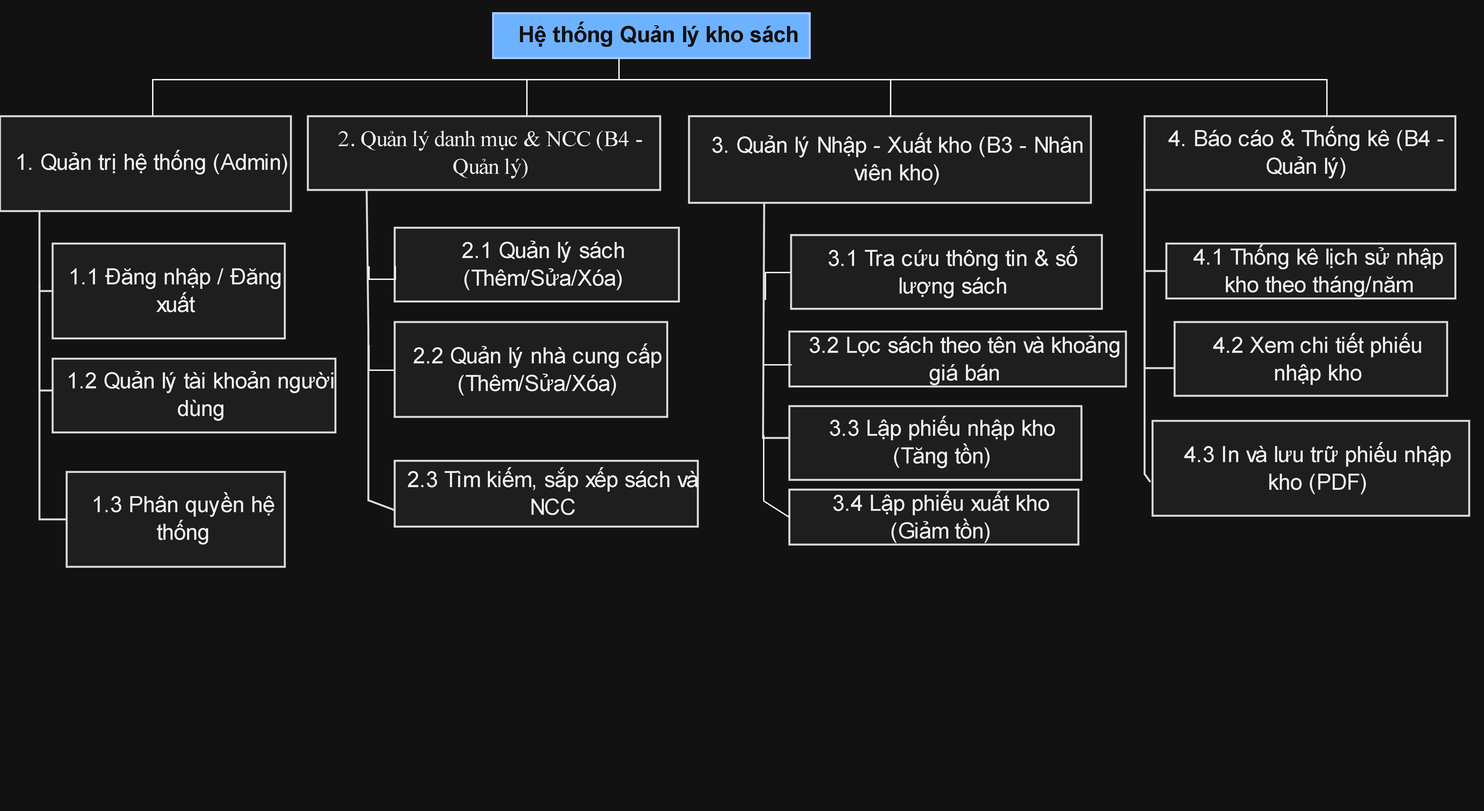
Before: file tổng hợp cho báo cáo/Báo cáo HTTT/BFD.drawio.png, a diagram exported from draw.io (nguyenmintam23-z/HTTT). Source tidied: cells renumbered, new cells last; positions are measured from the earlier drawing's top-left corner, leaving out a move shared by most shapes. Its diagram source:
```xml
<mxGraphModel>
  <root>
    <mxCell id="0" />
    <mxCell id="1" parent="0" />
    <mxCell id="2" style="group;transparentBounds=1;editIcon=1;lockedGroup=0;groupPadding=10 10 185 0;" parent="1" vertex="1">
      <mxGeometry as="geometry" />
    </mxCell>
    <mxCell id="3" style="endArrow=none;startArrow=none;rounded=0;curved=0;strokeColor=#181818;strokeWidth=1.5;endSize=6;fontSize=17;sourcePerimeterSpacing=0;targetPerimeterSpacing=0;align=center;" parent="2" edge="1" target="11">
      <mxGeometry relative="1" as="geometry">
        <mxPoint x="200" y="235.4" as="sourcePoint" />
        <Array as="points">
          <mxPoint x="200" y="241" />
        </Array>
      </mxGeometry>
    </mxCell>
    <mxCell id="4" style="endArrow=none;startArrow=none;rounded=0;curved=0;strokeColor=#181818;strokeWidth=1.5;endSize=6;fontSize=17;sourcePerimeterSpacing=0;targetPerimeterSpacing=0;align=center;" parent="2" edge="1">
      <mxGeometry relative="1" as="geometry">
        <mxPoint x="200" y="235.4" as="sourcePoint" />
        <mxPoint x="210" y="316.6" as="targetPoint" />
        <Array as="points">
          <mxPoint x="200" y="316.6" />
        </Array>
      </mxGeometry>
    </mxCell>
    <mxCell id="5" style="endArrow=none;startArrow=none;rounded=0;curved=0;strokeColor=#181818;strokeWidth=1.5;endSize=6;fontSize=17;sourcePerimeterSpacing=0;targetPerimeterSpacing=0;align=center;entryX=0;entryY=0.5;entryDx=0;entryDy=0;" parent="2" edge="1" target="13">
      <mxGeometry x="-0.18" relative="1" as="geometry">
        <mxPoint x="200" y="180" as="sourcePoint" />
        <Array as="points">
          <mxPoint x="200" y="414.5" />
        </Array>
      </mxGeometry>
    </mxCell>
    <mxCell id="6" style="endArrow=none;startArrow=none;rounded=0;curved=0;strokeColor=#181818;strokeWidth=1.5;endSize=6;fontSize=17;sourcePerimeterSpacing=0;targetPerimeterSpacing=0;align=center;entryX=0;entryY=0.5;entryDx=0;entryDy=0;" parent="2" edge="1" target="24">
      <mxGeometry x="-0.22" relative="1" as="geometry">
        <mxPoint x="1040" y="130" as="sourcePoint" />
        <Array as="points">
          <mxPoint x="1040" y="225.9" />
        </Array>
      </mxGeometry>
    </mxCell>
    <mxCell id="7" style="endArrow=none;startArrow=none;rounded=0;curved=0;strokeColor=#181818;strokeWidth=1.5;endSize=6;fontSize=17;sourcePerimeterSpacing=0;targetPerimeterSpacing=0;align=center;entryX=0;entryY=0.625;entryDx=0;entryDy=0;entryPerimeter=0;" parent="2" edge="1" target="25">
      <mxGeometry x="-0.18" relative="1" as="geometry">
        <mxPoint x="1040" y="143.7" as="sourcePoint" />
        <Array as="points">
          <mxPoint x="1040" y="299.6" />
        </Array>
      </mxGeometry>
    </mxCell>
    <mxCell id="8" style="endArrow=none;startArrow=none;rounded=0;curved=0;strokeColor=#181818;strokeWidth=1.5;endSize=6;fontSize=17;sourcePerimeterSpacing=0;targetPerimeterSpacing=0;align=center;entryX=-0.007;entryY=0.644;entryDx=0;entryDy=0;entryPerimeter=0;" parent="2" edge="1" target="26">
      <mxGeometry x="-0.16" relative="1" as="geometry">
        <mxPoint x="1040" y="142.4" as="sourcePoint" />
        <Array as="points">
          <mxPoint x="1040" y="380" />
        </Array>
      </mxGeometry>
    </mxCell>
    <mxCell id="9" style="edgeStyle=orthogonalEdgeStyle;rounded=0;jettySize=auto;html=1;defaultLabelBackgroundColor=page;labelPadding=0 4;startArrow=none;startFill=0;endArrow=none;endFill=0;fontSize=17;align=center;" parent="2" edge="1" source="10">
      <mxGeometry relative="1" as="geometry">
        <mxPoint x="570" y="80" as="targetPoint" />
        <Array as="points">
          <mxPoint x="285.6" y="80" />
        </Array>
      </mxGeometry>
    </mxCell>
    <mxCell id="10" value="1. Quản trị hệ thống (Admin)" style="rounded=0;fillColor=#F1F1F1;strokeColor=#181818;strokeWidth=1.5;whiteSpace=wrap;fontColor=#000000;fontSize=17;align=center;verticalAlign=middle;spacing=0;spacingTop=10;spacingBottom=10;spacingLeft=10;" parent="2" vertex="1">
      <mxGeometry x="170" y="108.3" width="221.1" height="72.1" as="geometry" />
    </mxCell>
    <mxCell id="11" value="1.1 Đăng nhập / Đăng xuất" style="rounded=0;fillColor=#F1F1F1;strokeColor=#181818;strokeWidth=1.5;whiteSpace=wrap;fontColor=#000000;fontSize=17;align=center;verticalAlign=middle;spacing=0;spacingTop=10;spacingBottom=10;spacingLeft=10;" parent="2" vertex="1">
      <mxGeometry x="210" y="205" width="176.5" height="72.1" as="geometry" />
    </mxCell>
    <mxCell id="12" value="1.2 Quản lý tài khoản người dùng" style="rounded=0;fillColor=#F1F1F1;strokeColor=#181818;strokeWidth=1.5;whiteSpace=wrap;fontColor=#000000;fontSize=17;align=center;verticalAlign=middle;spacing=0;spacingTop=10;spacingBottom=10;spacingLeft=10;" parent="2" vertex="1">
      <mxGeometry x="210" y="292.4" width="215" height="56" as="geometry" />
    </mxCell>
    <mxCell id="13" value="1.3 Phân quyền hệ thống" style="rounded=0;fillColor=#F1F1F1;strokeColor=#181818;strokeWidth=1.5;whiteSpace=wrap;fontColor=#000000;fontSize=17;align=center;verticalAlign=middle;spacing=0;spacingTop=10;spacingBottom=10;spacingLeft=10;" parent="2" vertex="1">
      <mxGeometry x="220.7" y="378.5" width="165.8" height="72.1" as="geometry" />
    </mxCell>
    <mxCell id="14" style="edgeStyle=orthogonalEdgeStyle;rounded=0;jettySize=auto;html=1;defaultLabelBackgroundColor=page;labelPadding=0 4;endArrow=none;endFill=0;fontSize=17;align=center;" parent="2" edge="1" source="15">
      <mxGeometry x="-0.3" relative="1" as="geometry">
        <mxPoint x="650" y="80" as="targetPoint" />
        <Array as="points">
          <mxPoint x="570" y="80" />
        </Array>
      </mxGeometry>
    </mxCell>
    <mxCell id="15" value="2. Quản lý danh mục &amp; NCC (B4 - Quản lý)" style="rounded=0;fillColor=#F1F1F1;strokeColor=#181818;strokeWidth=1.5;whiteSpace=wrap;fontColor=#000000;fontSize=17;align=center;verticalAlign=middle;spacing=0;spacingTop=10;spacingBottom=10;spacingLeft=10;fontFamily=Times New Roman;" parent="2" vertex="1">
      <mxGeometry x="404" y="108.3" width="267.8" height="56" as="geometry" />
    </mxCell>
    <mxCell id="16" value="3. Quản lý Nhập - Xuất kho (B3 - Nhân viên kho)" style="rounded=0;fillColor=#F1F1F1;strokeColor=#181818;strokeWidth=1.5;whiteSpace=wrap;fontColor=#000000;fontSize=17;align=center;verticalAlign=middle;spacing=0;spacingTop=10;spacingBottom=10;spacingLeft=10;" parent="2" vertex="1">
      <mxGeometry x="693.7" y="108.3" width="305.5" height="65.8" as="geometry" />
    </mxCell>
    <mxCell id="17" style="edgeStyle=orthogonalEdgeStyle;rounded=0;jettySize=auto;html=1;defaultLabelBackgroundColor=page;labelPadding=0 4;endArrow=none;endFill=0;fontSize=17;align=center;" parent="2" edge="1" source="18">
      <mxGeometry relative="1" as="geometry">
        <mxPoint x="750" y="247.3" as="targetPoint" />
      </mxGeometry>
    </mxCell>
    <mxCell id="18" value="3.1 Tra cứu thông tin &amp; số lượng sách" style="rounded=0;fillColor=#F1F1F1;strokeColor=#181818;strokeWidth=1.5;whiteSpace=wrap;fontColor=#000000;fontSize=17;align=center;verticalAlign=middle;spacing=0;spacingTop=10;spacingBottom=10;spacingLeft=10;" parent="2" vertex="1">
      <mxGeometry x="771.3" y="198.5" width="236.2" height="56" as="geometry" />
    </mxCell>
    <mxCell id="19" value="3.2 Lọc sách theo tên và khoảng giá bán" style="rounded=0;fillColor=#F1F1F1;strokeColor=#181818;strokeWidth=1.5;whiteSpace=wrap;fontColor=#000000;fontSize=17;align=center;verticalAlign=middle;spacing=0;spacingTop=10;spacingBottom=10;spacingLeft=10;" parent="2" vertex="1">
      <mxGeometry x="770" y="271.8" width="255.9" height="41.7" as="geometry" />
    </mxCell>
    <mxCell id="20" value="3.3 Lập phiếu nhập kho (Tăng tồn)" style="rounded=0;fillColor=#F1F1F1;strokeColor=#181818;strokeWidth=1.5;whiteSpace=wrap;fontColor=#000000;fontSize=17;align=center;verticalAlign=middle;spacing=0;spacingTop=10;spacingBottom=10;spacingLeft=10;" parent="2" vertex="1">
      <mxGeometry x="770" y="328.5" width="222" height="56" as="geometry" />
    </mxCell>
    <mxCell id="21" value="3.4 Lập phiếu xuất kho (Giảm tồn)" style="rounded=0;fillColor=#F1F1F1;strokeColor=#181818;strokeWidth=1.5;whiteSpace=wrap;fontColor=#000000;fontSize=17;align=center;verticalAlign=middle;spacing=0;spacingTop=10;spacingBottom=10;spacingLeft=10;" parent="2" vertex="1">
      <mxGeometry x="770" y="391.9" width="219.7" height="41.7" as="geometry" />
    </mxCell>
    <mxCell id="22" style="edgeStyle=orthogonalEdgeStyle;rounded=0;jettySize=auto;html=1;defaultLabelBackgroundColor=page;labelPadding=0 4;endArrow=none;endFill=0;fontSize=17;" parent="2" edge="1" source="23">
      <mxGeometry x="-0.03" relative="1" as="geometry">
        <mxPoint x="840" y="80" as="targetPoint" />
        <Array as="points">
          <mxPoint x="1178.1" y="80" />
        </Array>
      </mxGeometry>
    </mxCell>
    <mxCell id="23" value="4. Báo cáo &amp; Thống kê (B4 - Quản lý)" style="rounded=0;fillColor=#F1F1F1;strokeColor=#181818;strokeWidth=1.5;whiteSpace=wrap;fontColor=#000000;fontSize=17;align=center;verticalAlign=middle;spacing=0;spacingTop=10;spacingBottom=10;spacingLeft=10;" parent="2" vertex="1">
      <mxGeometry x="1040" y="108.3" width="236.2" height="56" as="geometry" />
    </mxCell>
    <mxCell id="24" value="4.1 Thống kê lịch sử nhập kho theo tháng/năm" style="rounded=0;fillColor=#F1F1F1;strokeColor=#181818;strokeWidth=1.5;whiteSpace=wrap;fontColor=#000000;fontSize=17;align=center;verticalAlign=middle;spacing=0;spacingTop=10;spacingBottom=10;spacingLeft=10;" parent="2" vertex="1">
      <mxGeometry x="1056.6" y="205" width="219.7" height="41.7" as="geometry" />
    </mxCell>
    <mxCell id="25" value="4.2 Xem chi tiết phiếu nhập kho" style="rounded=0;fillColor=#F1F1F1;strokeColor=#181818;strokeWidth=1.5;whiteSpace=wrap;fontColor=#000000;fontSize=17;align=center;verticalAlign=middle;spacing=0;spacingTop=10;spacingBottom=10;spacingLeft=10;" parent="2" vertex="1">
      <mxGeometry x="1062.8" y="264.6" width="207.2" height="56" as="geometry" />
    </mxCell>
    <mxCell id="26" value="4.3 In và lưu trữ phiếu nhập kho (PDF)" style="rounded=0;fillColor=#F1F1F1;strokeColor=#181818;strokeWidth=1.5;whiteSpace=wrap;fontColor=#000000;fontSize=17;align=center;verticalAlign=middle;spacing=0;spacingTop=10;spacingBottom=10;spacingLeft=10;" parent="2" vertex="1">
      <mxGeometry x="1046.1" y="339.7" width="240.7" height="72.1" as="geometry" />
    </mxCell>
    <mxCell id="27" style="edgeStyle=orthogonalEdgeStyle;rounded=0;jettySize=auto;html=1;entryX=0.5;entryY=0;entryDx=0;entryDy=0;defaultLabelBackgroundColor=page;labelPadding=0 4;endArrow=none;endFill=0;fontSize=17;align=center;" parent="2" edge="1" source="28" target="16">
      <mxGeometry relative="1" as="geometry">
        <Array as="points">
          <mxPoint x="640" y="80" />
          <mxPoint x="846.5" y="80" />
        </Array>
      </mxGeometry>
    </mxCell>
    <mxCell id="28" value="Hệ thống Quản lý kho sách" style="rounded=0;fillColor=#0050ef;strokeColor=#001DBC;strokeWidth=1.5;whiteSpace=wrap;fontColor=#ffffff;fontSize=17;align=center;verticalAlign=middle;spacing=0;spacingTop=10;spacingBottom=10;spacingLeft=10;fontStyle=1;" parent="2" vertex="1">
      <mxGeometry x="544.8" y="30" width="240.7" height="34.1" as="geometry" />
    </mxCell>
    <mxCell id="29" style="endArrow=none;startArrow=none;rounded=0;curved=0;strokeColor=#181818;strokeWidth=1.5;endSize=6;fontSize=17;sourcePerimeterSpacing=0;targetPerimeterSpacing=0;align=center;exitX=0.187;exitY=1.007;exitDx=0;exitDy=0;exitPerimeter=0;" parent="2" edge="1" source="16">
      <mxGeometry x="-0.29" relative="1" as="geometry">
        <mxPoint x="770" y="352.7" as="targetPoint" />
        <Array as="points">
          <mxPoint x="750" y="352.7" />
        </Array>
      </mxGeometry>
    </mxCell>
    <mxCell id="30" style="edgeStyle=orthogonalEdgeStyle;rounded=0;orthogonalLoop=1;jettySize=auto;html=1;defaultLabelBackgroundColor=page;labelPadding=0 4;endArrow=none;endFill=0;fontSize=17;align=center;" parent="2" edge="1">
      <mxGeometry relative="1" as="geometry">
        <mxPoint x="771.3" y="296.6" as="sourcePoint" />
        <mxPoint x="750.3" y="296.4" as="targetPoint" />
      </mxGeometry>
    </mxCell>
    <mxCell id="31" value="2.1 Quản lý sách (Thêm/Sửa/Xóa)" style="rounded=0;fillColor=#F1F1F1;strokeColor=#181818;strokeWidth=1.5;whiteSpace=wrap;fontColor=#000000;fontSize=17;align=center;verticalAlign=middle;spacing=0;spacingTop=10;spacingBottom=10;spacingLeft=10;" parent="2" vertex="1">
      <mxGeometry x="470" y="193" width="216" height="56" as="geometry" />
    </mxCell>
    <mxCell id="32" style="edgeStyle=orthogonalEdgeStyle;rounded=0;jettySize=auto;html=1;defaultLabelBackgroundColor=page;labelPadding=0 4;startArrow=none;startFill=0;endArrow=none;endFill=0;fontSize=17;align=center;" parent="2" edge="1" source="33">
      <mxGeometry relative="1" as="geometry">
        <mxPoint x="450" y="281.7" as="targetPoint" />
      </mxGeometry>
    </mxCell>
    <mxCell id="33" value="2.2 Quản lý nhà cung cấp (Thêm/Sửa/Xóa)" style="rounded=0;fillColor=#F1F1F1;strokeColor=#181818;strokeWidth=1.5;whiteSpace=wrap;fontColor=#000000;fontSize=17;align=center;verticalAlign=middle;spacing=0;spacingTop=10;spacingBottom=10;spacingLeft=10;" parent="2" vertex="1">
      <mxGeometry x="470" y="264.6" width="207.2" height="72.1" as="geometry" />
    </mxCell>
    <mxCell id="34" value="2.3 Tìm kiếm, sắp xếp sách và NCC" style="rounded=0;fillColor=#F1F1F1;strokeColor=#181818;strokeWidth=1.5;whiteSpace=wrap;fontColor=#000000;fontSize=17;align=center;verticalAlign=middle;spacing=0;spacingTop=10;spacingBottom=10;spacingLeft=10;" parent="2" vertex="1">
      <mxGeometry x="470" y="370" width="230.4" height="50" as="geometry" />
    </mxCell>
    <mxCell id="35" style="endArrow=none;startArrow=none;rounded=0;curved=0;strokeColor=#181818;strokeWidth=1.5;endSize=6;fontSize=17;sourcePerimeterSpacing=0;targetPerimeterSpacing=0;align=center;exitX=0.167;exitY=1.004;exitDx=0;exitDy=0;exitPerimeter=0;entryX=0;entryY=0.75;entryDx=0;entryDy=0;" parent="2" edge="1" source="15" target="34">
      <mxGeometry x="-0.47" relative="1" as="geometry">
        <Array as="points">
          <mxPoint x="450" y="271.6" />
          <mxPoint x="450" y="400" />
        </Array>
      </mxGeometry>
    </mxCell>
    <mxCell id="36" style="edgeStyle=orthogonalEdgeStyle;rounded=0;orthogonalLoop=1;jettySize=auto;html=1;defaultLabelBackgroundColor=page;labelPadding=0 4;startArrow=none;startFill=0;endArrow=none;endFill=0;fontSize=17;align=center;" parent="2" edge="1">
      <mxGeometry relative="1" as="geometry">
        <mxPoint x="470" y="221.6" as="sourcePoint" />
        <mxPoint x="450" y="221.7" as="targetPoint" />
        <Array as="points">
          <mxPoint x="470" y="231.6" />
          <mxPoint x="450" y="231.6" />
        </Array>
      </mxGeometry>
    </mxCell>
    <mxCell id="37" style="endArrow=none;html=1;rounded=0;defaultLabelBackgroundColor=page;labelPadding=0 4;fontSize=17;" parent="1" edge="1">
      <mxGeometry relative="1" as="geometry">
        <mxPoint x="750" y="400" as="sourcePoint" />
        <mxPoint x="750" y="350" as="targetPoint" />
      </mxGeometry>
    </mxCell>
    <mxCell id="38" style="endArrow=none;html=1;rounded=0;defaultLabelBackgroundColor=page;labelPadding=0 4;entryX=0;entryY=0.5;entryDx=0;entryDy=0;fontSize=17;" parent="1" edge="1" target="21">
      <mxGeometry relative="1" as="geometry">
        <mxPoint x="750" y="400" as="sourcePoint" />
      </mxGeometry>
    </mxCell>
  </root>
</mxGraphModel>
```
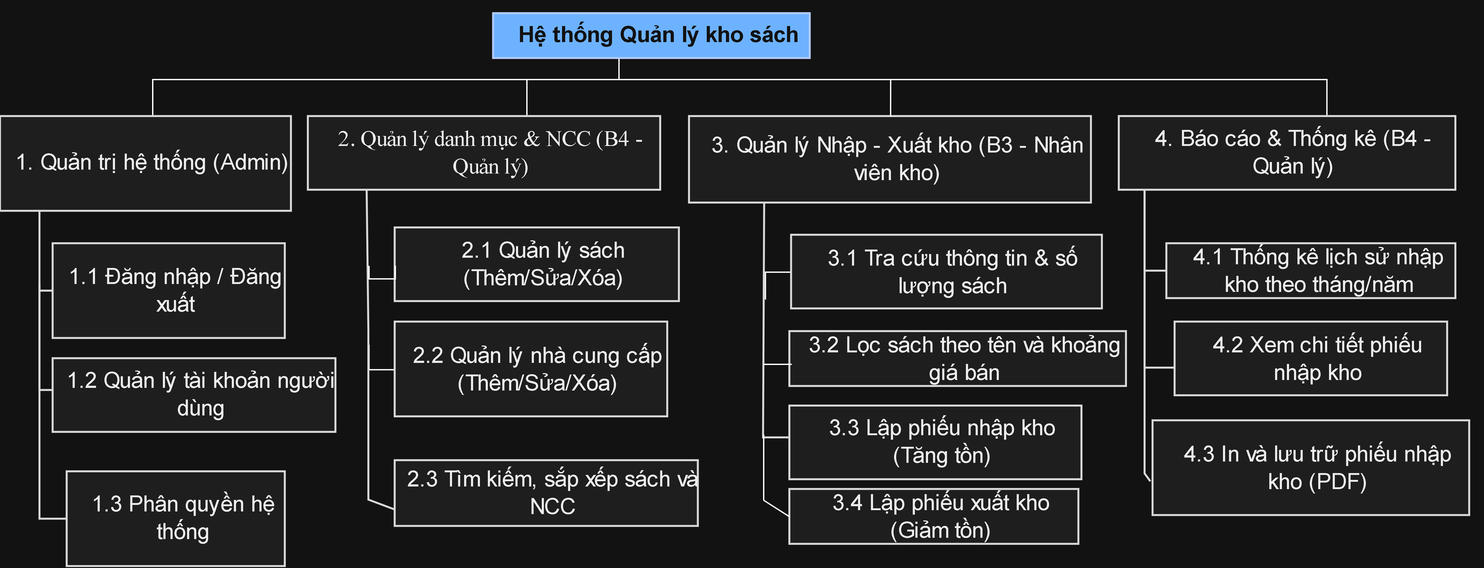
After the commit.

Change to the diagram source:
```diff
@@ -2,7 +2,7 @@
   <root>
     <mxCell id="0" />
     <mxCell id="1" parent="0" />
-    <mxCell id="2" style="group;transparentBounds=1;editIcon=1;lockedGroup=0;groupPadding=10 10 185 0;" parent="1" vertex="1">
+    <mxCell id="2" style="group;transparentBounds=1;editIcon=1;lockedGroup=0;groupPadding=10 10 0 0;" parent="1" vertex="1">
       <mxGeometry as="geometry" />
     </mxCell>
     <mxCell id="3" style="endArrow=none;startArrow=none;rounded=0;curved=0;strokeColor=#181818;strokeWidth=1.5;endSize=6;fontSize=17;sourcePerimeterSpacing=0;targetPerimeterSpacing=0;align=center;" parent="2" edge="1" target="11">
@@ -114,7 +114,7 @@
       </mxGeometry>
     </mxCell>
     <mxCell id="23" value="4. Báo cáo &amp; Thống kê (B4 - Quản lý)" style="rounded=0;fillColor=#F1F1F1;strokeColor=#181818;strokeWidth=1.5;whiteSpace=wrap;fontColor=#000000;fontSize=17;align=center;verticalAlign=middle;spacing=0;spacingTop=10;spacingBottom=10;spacingLeft=10;" parent="2" vertex="1">
-      <mxGeometry x="1040" y="108.3" width="236.2" height="56" as="geometry" />
+      <mxGeometry x="1020.4" y="108.3" width="255.9" height="56" as="geometry" />
     </mxCell>
     <mxCell id="24" value="4.1 Thống kê lịch sử nhập kho theo tháng/năm" style="rounded=0;fillColor=#F1F1F1;strokeColor=#181818;strokeWidth=1.5;whiteSpace=wrap;fontColor=#000000;fontSize=17;align=center;verticalAlign=middle;spacing=0;spacingTop=10;spacingBottom=10;spacingLeft=10;" parent="2" vertex="1">
       <mxGeometry x="1056.6" y="205" width="219.7" height="41.7" as="geometry" />
```
